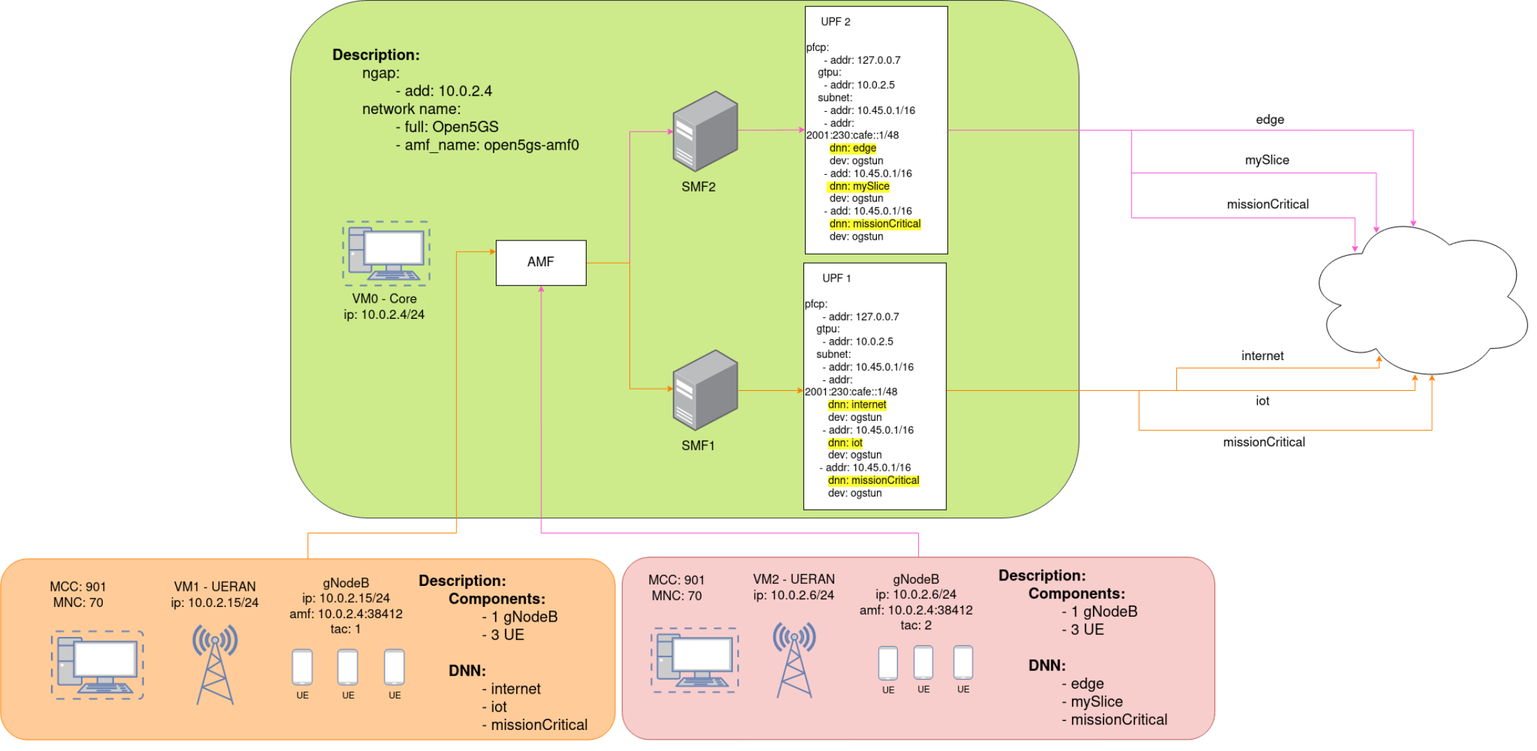
rodrigo740/5G-System keeps this draw.io diagram as Architecture.drawio.png. Above is the earlier version. Source tidied: cells renumbered, new cells last; positions are measured from the earlier drawing's top-left corner, leaving out a move shared by most shapes.
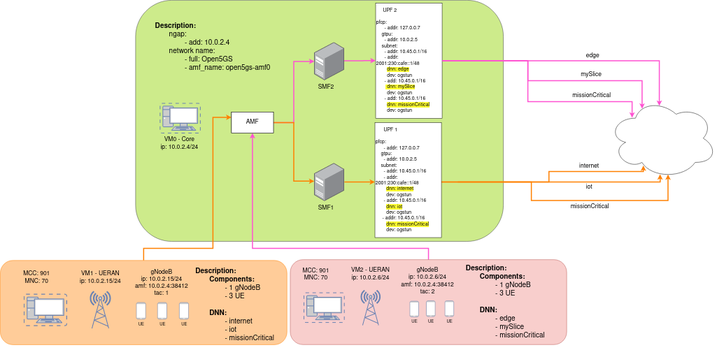
Later version of the same file.

The edit, as a diff of the source:
```diff
@@ -5,7 +5,7 @@
     <mxCell id="2" style="rounded=1;whiteSpace=wrap;html=1;fontSize=14;fillColor=#cdeb8b;strokeColor=#36393d;" parent="1" vertex="1">
       <mxGeometry x="369" width="1051" height="690" as="geometry" />
     </mxCell>
-    <mxCell id="3" style="edgeStyle=orthogonalEdgeStyle;rounded=0;jettySize=auto;html=1;entryX=0;entryY=0.25;entryDx=0;entryDy=0;exitX=1;exitY=0.5;exitDx=0;exitDy=0;strokeColor=#FF8000;" parent="1" edge="1" source="48" target="20">
+    <mxCell id="3" style="edgeStyle=orthogonalEdgeStyle;rounded=0;jettySize=auto;html=1;entryX=0;entryY=0.25;entryDx=0;entryDy=0;exitX=1;exitY=0.5;exitDx=0;exitDy=0;strokeColor=#FF8000;strokeWidth=3;" parent="1" edge="1" source="48" target="20">
       <mxGeometry relative="1" as="geometry">
         <Array as="points">
           <mxPoint x="392" y="710" />
@@ -23,7 +23,7 @@
     <mxCell id="6" value="&lt;font style=&quot;font-size: 20px&quot;&gt;&lt;b&gt;Description:&lt;/b&gt;&lt;/font&gt;&lt;font style=&quot;font-size: 20px&quot;&gt;&lt;br&gt;&lt;/font&gt;&lt;blockquote style=&quot;margin: 0px 0px 0px 40px ; border: medium none ; padding: 0px ; font-size: 20px&quot;&gt;&lt;font style=&quot;font-size: 20px&quot;&gt;&lt;span&gt;ngap:&lt;br&gt;&lt;/span&gt;&lt;span&gt;&lt;span style=&quot;white-space: pre&quot;&gt;&#9;&lt;/span&gt;- add: 10.0.2.4&lt;br&gt;&lt;/span&gt;&lt;span&gt;network name:&lt;br&gt;&lt;/span&gt;&lt;span&gt;&lt;span style=&quot;white-space: pre&quot;&gt;&#9;&lt;/span&gt;- full: Open5GS&lt;br&gt;&lt;/span&gt;&lt;span&gt;&lt;span style=&quot;white-space: pre&quot;&gt;&#9;&lt;/span&gt;- amf_name: open5gs-amf0&lt;/span&gt;&lt;/font&gt;&lt;/blockquote&gt;" style="text;html=1;align=left;verticalAlign=middle;strokeColor=none;fillColor=none;fontSize=14;" parent="1" vertex="1">
       <mxGeometry x="423" y="80" width="340" height="110" as="geometry" />
     </mxCell>
-    <mxCell id="7" style="edgeStyle=orthogonalEdgeStyle;rounded=0;jettySize=auto;html=1;entryX=0.5;entryY=1;entryDx=0;entryDy=0;fontColor=#000000;strokeColor=#FF52D1;exitX=1;exitY=0.5;exitDx=0;exitDy=0;" parent="1" edge="1" source="31" target="20">
+    <mxCell id="7" style="edgeStyle=orthogonalEdgeStyle;rounded=0;jettySize=auto;html=1;entryX=0.5;entryY=1;entryDx=0;entryDy=0;fontColor=#000000;strokeColor=#FF52D1;exitX=1;exitY=0.5;exitDx=0;exitDy=0;strokeWidth=3;" parent="1" edge="1" source="31" target="20">
       <mxGeometry relative="1" as="geometry">
         <Array as="points">
           <mxPoint x="1206" y="710" />
@@ -31,7 +31,7 @@
         </Array>
       </mxGeometry>
     </mxCell>
-    <mxCell id="8" style="edgeStyle=orthogonalEdgeStyle;rounded=0;jettySize=auto;html=1;fontColor=#000000;strokeColor=#FF8000;fillColor=#ffe6cc;entryX=0.323;entryY=0.839;entryDx=0;entryDy=0;entryPerimeter=0;" parent="1" edge="1" source="10" target="21">
+    <mxCell id="8" style="edgeStyle=orthogonalEdgeStyle;rounded=0;jettySize=auto;html=1;fontColor=#000000;strokeColor=#FF8000;fillColor=#ffe6cc;entryX=0.323;entryY=0.839;entryDx=0;entryDy=0;entryPerimeter=0;strokeWidth=3;" parent="1" edge="1" source="10" target="21">
       <mxGeometry relative="1" as="geometry">
         <Array as="points">
           <mxPoint x="1550" y="520" />
@@ -40,7 +40,7 @@
         </Array>
       </mxGeometry>
     </mxCell>
-    <mxCell id="9" style="edgeStyle=orthogonalEdgeStyle;rounded=0;jettySize=auto;html=1;fontColor=#000000;strokeColor=#FF8000;entryX=0.477;entryY=0.948;entryDx=0;entryDy=0;entryPerimeter=0;" parent="1" edge="1" source="10" target="21">
+    <mxCell id="9" style="edgeStyle=orthogonalEdgeStyle;rounded=0;jettySize=auto;html=1;fontColor=#000000;strokeColor=#FF8000;entryX=0.477;entryY=0.948;entryDx=0;entryDy=0;entryPerimeter=0;strokeWidth=3;" parent="1" edge="1" source="10" target="21">
       <mxGeometry relative="1" as="geometry">
         <Array as="points">
           <mxPoint x="1868" y="520" />
@@ -59,14 +59,14 @@
     <mxCell id="13" value="&lt;font style=&quot;font-size: 17px&quot;&gt;SMF1&lt;/font&gt;" style="text;html=1;align=center;verticalAlign=middle;strokeColor=none;fillColor=none;" parent="11" vertex="1">
       <mxGeometry x="4" y="120" width="60" height="20" as="geometry" />
     </mxCell>
-    <mxCell id="14" style="edgeStyle=orthogonalEdgeStyle;rounded=0;jettySize=auto;html=1;fontColor=#000000;strokeColor=#FF52D1;entryX=0.47;entryY=0.096;entryDx=0;entryDy=0;entryPerimeter=0;exitX=1;exitY=0.5;exitDx=0;exitDy=0;" parent="1" edge="1" source="16" target="21">
+    <mxCell id="14" style="edgeStyle=orthogonalEdgeStyle;rounded=0;jettySize=auto;html=1;fontColor=#000000;strokeColor=#FF52D1;entryX=0.47;entryY=0.096;entryDx=0;entryDy=0;entryPerimeter=0;exitX=1;exitY=0.5;exitDx=0;exitDy=0;strokeWidth=3;" parent="1" edge="1" source="16" target="21">
       <mxGeometry relative="1" as="geometry">
         <Array as="points">
           <mxPoint x="1866" y="173" />
         </Array>
       </mxGeometry>
     </mxCell>
-    <mxCell id="15" style="edgeStyle=orthogonalEdgeStyle;rounded=0;jettySize=auto;html=1;fontColor=#000000;strokeColor=#FF52D1;entryX=0.311;entryY=0.132;entryDx=0;entryDy=0;entryPerimeter=0;exitX=1;exitY=0.5;exitDx=0;exitDy=0;" parent="1" edge="1" source="16" target="21">
+    <mxCell id="15" style="edgeStyle=orthogonalEdgeStyle;rounded=0;jettySize=auto;html=1;fontColor=#000000;strokeColor=#FF52D1;entryX=0.311;entryY=0.132;entryDx=0;entryDy=0;entryPerimeter=0;exitX=1;exitY=0.5;exitDx=0;exitDy=0;strokeWidth=3;" parent="1" edge="1" source="16" target="21">
       <mxGeometry relative="1" as="geometry">
         <Array as="points">
           <mxPoint x="1490" y="173" />
@@ -75,10 +75,10 @@
         </Array>
       </mxGeometry>
     </mxCell>
-    <mxCell id="16" value="&lt;font style=&quot;font-size: 14px&quot;&gt;&lt;span&gt;&#9;&lt;/span&gt;&lt;span&gt;&#9;&lt;/span&gt;&amp;nbsp; &amp;nbsp; &amp;nbsp;UPF 2&lt;br&gt;&lt;br&gt;&lt;/font&gt;&lt;div style=&quot;font-size: 14px&quot;&gt;&lt;div&gt;&lt;font style=&quot;font-size: 14px&quot;&gt;pfcp:&lt;/font&gt;&lt;/div&gt;&lt;div&gt;&lt;font style=&quot;font-size: 14px&quot;&gt;&amp;nbsp; &amp;nbsp; &amp;nbsp; - addr: 127.0.0.7&lt;/font&gt;&lt;/div&gt;&lt;div&gt;&lt;font style=&quot;font-size: 14px&quot;&gt;&amp;nbsp; &amp;nbsp; gtpu:&lt;/font&gt;&lt;/div&gt;&lt;div&gt;&lt;font style=&quot;font-size: 14px&quot;&gt;&amp;nbsp; &amp;nbsp; &amp;nbsp; - addr: 10.0.2.5&lt;/font&gt;&lt;/div&gt;&lt;div&gt;&lt;font style=&quot;font-size: 14px&quot;&gt;&amp;nbsp; &amp;nbsp; subnet:&lt;/font&gt;&lt;/div&gt;&lt;div&gt;&lt;font style=&quot;font-size: 14px&quot;&gt;&amp;nbsp; &amp;nbsp; &amp;nbsp; - addr: 10.45.0.1/16&lt;/font&gt;&lt;/div&gt;&lt;div&gt;&lt;font style=&quot;font-size: 14px&quot;&gt;&amp;nbsp; &amp;nbsp; &amp;nbsp; - addr: 2001:230:cafe::1/48&lt;/font&gt;&lt;/div&gt;&lt;div&gt;&lt;font style=&quot;font-size: 14px&quot;&gt;&amp;nbsp; &amp;nbsp; &amp;nbsp; &amp;nbsp; &lt;span style=&quot;background-color: rgb(255 , 255 , 51)&quot;&gt;dnn: edge&lt;/span&gt;&lt;/font&gt;&lt;/div&gt;&lt;div&gt;&lt;font style=&quot;font-size: 14px&quot;&gt;&amp;nbsp; &amp;nbsp; &amp;nbsp; &amp;nbsp; dev: ogstun&lt;/font&gt;&lt;/div&gt;&lt;div&gt;&lt;font style=&quot;font-size: 14px&quot;&gt;&amp;nbsp; &amp;nbsp; &amp;nbsp; - add: 10.45.0.1/16&lt;/font&gt;&lt;/div&gt;&lt;div&gt;&lt;font style=&quot;font-size: 14px&quot;&gt;&amp;nbsp; &amp;nbsp; &amp;nbsp; &amp;nbsp;&lt;span style=&quot;background-color: rgb(255 , 255 , 51)&quot;&gt; dnn: mySlice&lt;/span&gt;&lt;/font&gt;&lt;/div&gt;&lt;div&gt;&lt;font style=&quot;font-size: 14px&quot;&gt;&amp;nbsp; &amp;nbsp; &amp;nbsp; &amp;nbsp; dev: ogstun&lt;/font&gt;&lt;/div&gt;&lt;div&gt;&lt;font style=&quot;font-size: 14px&quot;&gt;&amp;nbsp;&amp;nbsp;&amp;nbsp;&amp;nbsp;&amp;nbsp; - add: 10.45.0.1/16&lt;/font&gt;&lt;/div&gt;&lt;div&gt;&lt;font style=&quot;font-size: 14px&quot;&gt;&lt;span style=&quot;white-space: pre&quot;&gt;&#9;&lt;/span&gt;&lt;span&gt;&lt;/span&gt;&lt;span style=&quot;background-color: rgb(255 , 255 , 51)&quot;&gt;dnn: missionCritical&lt;/span&gt;&lt;/font&gt;&lt;/div&gt;&lt;div&gt;&lt;font style=&quot;font-size: 14px&quot;&gt;&lt;span style=&quot;white-space: pre&quot;&gt;&#9;&lt;/span&gt;dev: ogstun&lt;br&gt;&lt;/font&gt;&lt;/div&gt;&lt;/div&gt;" style="rounded=0;whiteSpace=wrap;html=1;align=left;" parent="1" vertex="1">
+    <mxCell id="16" value="&lt;font style=&quot;font-size: 14px&quot;&gt;&lt;span&gt;&#9;&lt;/span&gt;&lt;span&gt;&#9;&lt;/span&gt;&amp;nbsp; &amp;nbsp; &amp;nbsp;UPF 2&lt;br&gt;&lt;br&gt;&lt;/font&gt;&lt;div style=&quot;font-size: 14px&quot;&gt;&lt;div&gt;&lt;font style=&quot;font-size: 14px&quot;&gt;pfcp:&lt;/font&gt;&lt;/div&gt;&lt;div&gt;&lt;font style=&quot;font-size: 14px&quot;&gt;&amp;nbsp; &amp;nbsp; &amp;nbsp; - addr: 127.0.0.7&lt;/font&gt;&lt;/div&gt;&lt;div&gt;&lt;font style=&quot;font-size: 14px&quot;&gt;&amp;nbsp; &amp;nbsp; gtpu:&lt;/font&gt;&lt;/div&gt;&lt;div&gt;&lt;font style=&quot;font-size: 14px&quot;&gt;&amp;nbsp; &amp;nbsp; &amp;nbsp; - addr: 10.0.2.5&lt;/font&gt;&lt;/div&gt;&lt;div&gt;&lt;font style=&quot;font-size: 14px&quot;&gt;&amp;nbsp; &amp;nbsp; subnet:&lt;/font&gt;&lt;/div&gt;&lt;div&gt;&lt;font style=&quot;font-size: 14px&quot;&gt;&amp;nbsp; &amp;nbsp; &amp;nbsp; - addr: 10.45.0.1/16&lt;/font&gt;&lt;/div&gt;&lt;div&gt;&lt;font style=&quot;font-size: 14px&quot;&gt;&amp;nbsp; &amp;nbsp; &amp;nbsp; - addr: 2001:230:cafe::1/48&lt;/font&gt;&lt;/div&gt;&lt;div&gt;&lt;font style=&quot;font-size: 14px&quot;&gt;&amp;nbsp; &amp;nbsp; &amp;nbsp; &amp;nbsp; &lt;span style=&quot;background-color: rgb(255 , 255 , 51)&quot;&gt;dnn: edge&lt;/span&gt;&lt;/font&gt;&lt;/div&gt;&lt;div&gt;&lt;font style=&quot;font-size: 14px&quot;&gt;&amp;nbsp; &amp;nbsp; &amp;nbsp; &amp;nbsp; dev: ogstun&lt;/font&gt;&lt;/div&gt;&lt;div&gt;&lt;font style=&quot;font-size: 14px&quot;&gt;&amp;nbsp; &amp;nbsp; &amp;nbsp; - add: 10.45.0.1/16&lt;/font&gt;&lt;/div&gt;&lt;div&gt;&lt;font style=&quot;font-size: 14px&quot;&gt;&amp;nbsp; &amp;nbsp; &amp;nbsp; &amp;nbsp;&lt;span style=&quot;background-color: rgb(255 , 255 , 51)&quot;&gt; dnn: mySlice&lt;/span&gt;&lt;/font&gt;&lt;/div&gt;&lt;div&gt;&lt;font style=&quot;font-size: 14px&quot;&gt;&amp;nbsp; &amp;nbsp; &amp;nbsp; &amp;nbsp; dev: ogstun&lt;/font&gt;&lt;/div&gt;&lt;div&gt;&lt;font style=&quot;font-size: 14px&quot;&gt;&amp;nbsp;&amp;nbsp;&amp;nbsp;&amp;nbsp;&amp;nbsp; - add: 10.45.0.1/16&lt;/font&gt;&lt;/div&gt;&lt;div&gt;&lt;font style=&quot;font-size: 14px&quot;&gt;&lt;span style=&quot;white-space: pre&quot;&gt;&#9;&lt;/span&gt;&lt;span&gt;&lt;/span&gt;&lt;span style=&quot;background-color: rgb(255 , 255 , 51)&quot;&gt;dnn: missionCritical&lt;/span&gt;&lt;/font&gt;&lt;/div&gt;&lt;div&gt;&lt;font style=&quot;font-size: 14px&quot;&gt;&lt;span style=&quot;white-space: pre&quot;&gt;&#9;&lt;/span&gt;dev: ogstun&lt;br&gt;&lt;/font&gt;&lt;/div&gt;&lt;/div&gt;" style="rounded=0;whiteSpace=wrap;html=1;align=left;strokeWidth=1;" parent="1" vertex="1">
       <mxGeometry x="1055" y="8" width="190" height="330" as="geometry" />
     </mxCell>
-    <mxCell id="17" style="edgeStyle=orthogonalEdgeStyle;rounded=0;jettySize=auto;html=1;strokeColor=#FF8000;" parent="1" edge="1" source="12">
+    <mxCell id="17" style="edgeStyle=orthogonalEdgeStyle;rounded=0;jettySize=auto;html=1;strokeColor=#FF8000;strokeWidth=3;" parent="1" edge="1" source="12">
       <mxGeometry relative="1" as="geometry">
         <mxPoint x="1053" y="520" as="targetPoint" />
         <Array as="points">
@@ -86,10 +86,10 @@
         </Array>
       </mxGeometry>
     </mxCell>
-    <mxCell id="18" style="edgeStyle=orthogonalEdgeStyle;rounded=0;jettySize=auto;html=1;entryX=0.012;entryY=0.5;entryDx=0;entryDy=0;entryPerimeter=0;strokeColor=#FF52D1;" parent="1" edge="1" source="20" target="66">
+    <mxCell id="18" style="edgeStyle=orthogonalEdgeStyle;rounded=0;jettySize=auto;html=1;entryX=0.012;entryY=0.5;entryDx=0;entryDy=0;entryPerimeter=0;strokeColor=#FF52D1;strokeWidth=3;" parent="1" edge="1" source="20" target="66">
       <mxGeometry relative="1" as="geometry" />
     </mxCell>
-    <mxCell id="19" style="edgeStyle=orthogonalEdgeStyle;rounded=0;jettySize=auto;html=1;entryX=0.008;entryY=0.479;entryDx=0;entryDy=0;entryPerimeter=0;strokeColor=#FF8000;" parent="1" edge="1" source="20" target="12">
+    <mxCell id="19" style="edgeStyle=orthogonalEdgeStyle;rounded=0;jettySize=auto;html=1;entryX=0.008;entryY=0.479;entryDx=0;entryDy=0;entryPerimeter=0;strokeColor=#FF8000;strokeWidth=3;" parent="1" edge="1" source="20" target="12">
       <mxGeometry relative="1" as="geometry" />
     </mxCell>
     <mxCell id="20" value="&lt;div align=&quot;center&quot;&gt;&lt;font style=&quot;font-size: 17px&quot;&gt;&lt;span style=&quot;background-color: rgb(255 , 255 , 255)&quot;&gt;AMF&lt;/span&gt;&lt;/font&gt;&lt;/div&gt;" style="rounded=0;whiteSpace=wrap;html=1;labelBackgroundColor=#FFFF33;align=center;" parent="1" vertex="1">
@@ -110,7 +110,7 @@
     <mxCell id="25" value="&lt;font style=&quot;font-size: 17px&quot;&gt;mySlice&lt;/font&gt;" style="text;html=1;align=center;verticalAlign=middle;strokeColor=none;fillColor=none;fontColor=#000000;" parent="1" vertex="1">
       <mxGeometry x="1636" y="204" width="70" height="20" as="geometry" />
     </mxCell>
-    <mxCell id="26" style="edgeStyle=orthogonalEdgeStyle;rounded=0;jettySize=auto;html=1;fontColor=#000000;strokeColor=#FF52D1;entryX=0.219;entryY=0.243;entryDx=0;entryDy=0;entryPerimeter=0;exitX=1;exitY=0.5;exitDx=0;exitDy=0;" parent="1" edge="1" source="16" target="21">
+    <mxCell id="26" style="edgeStyle=orthogonalEdgeStyle;rounded=0;jettySize=auto;html=1;fontColor=#000000;strokeColor=#FF52D1;entryX=0.219;entryY=0.243;entryDx=0;entryDy=0;entryPerimeter=0;exitX=1;exitY=0.5;exitDx=0;exitDy=0;strokeWidth=3;" parent="1" edge="1" source="16" target="21">
       <mxGeometry relative="1" as="geometry">
         <Array as="points">
           <mxPoint x="1490" y="173" />
@@ -122,7 +122,7 @@
     <mxCell id="27" value="&lt;font style=&quot;font-size: 17px&quot;&gt;missionCritical&lt;/font&gt;" style="text;html=1;align=center;verticalAlign=middle;strokeColor=none;fillColor=none;" parent="1" vertex="1">
       <mxGeometry x="1607" y="263" width="130" height="20" as="geometry" />
     </mxCell>
-    <mxCell id="28" style="edgeStyle=orthogonalEdgeStyle;rounded=0;jettySize=auto;html=1;fontColor=#000000;strokeColor=#FF8000;entryX=0.55;entryY=0.95;entryDx=0;entryDy=0;entryPerimeter=0;" parent="1" edge="1" target="21">
+    <mxCell id="28" style="edgeStyle=orthogonalEdgeStyle;rounded=0;jettySize=auto;html=1;fontColor=#000000;strokeColor=#FF8000;entryX=0.55;entryY=0.95;entryDx=0;entryDy=0;entryPerimeter=0;strokeWidth=3;" parent="1" edge="1" target="21">
       <mxGeometry relative="1" as="geometry">
         <mxPoint x="1290" y="520" as="sourcePoint" />
         <Array as="points">
@@ -237,7 +237,7 @@
     <mxCell id="63" value="&lt;font style=&quot;font-size: 20px&quot;&gt;&lt;b&gt;&lt;font style=&quot;font-size: 20px&quot;&gt;Descriptio&lt;/font&gt;&lt;font style=&quot;font-size: 20px&quot;&gt;n&lt;/font&gt;&lt;/b&gt;&lt;b&gt;:&lt;/b&gt;&lt;br&gt;&lt;/font&gt;&lt;blockquote style=&quot;margin: 0px 0px 0px 40px ; border: medium none ; padding: 0px ; font-size: 20px&quot;&gt;&lt;font style=&quot;font-size: 20px&quot;&gt;&lt;b&gt;Components:&lt;/b&gt;&lt;br&gt;&lt;span style=&quot;white-space: pre&quot;&gt;&#9;&lt;/span&gt;- 1 gNodeB&lt;br&gt;&lt;span style=&quot;white-space: pre&quot;&gt;&#9;&lt;/span&gt;- 3 UE&lt;br&gt;&lt;br&gt;&lt;/font&gt;&lt;/blockquote&gt;&lt;blockquote style=&quot;margin: 0px 0px 0px 40px ; border: medium none ; padding: 0px ; font-size: 20px&quot;&gt;&lt;font style=&quot;font-size: 20px&quot;&gt;&lt;b&gt;DNN:&lt;/b&gt;&lt;/font&gt;&lt;/blockquote&gt;&lt;blockquote style=&quot;margin: 0px 0px 0px 40px ; border: medium none ; padding: 0px ; font-size: 20px&quot;&gt;&lt;font style=&quot;font-size: 20px&quot;&gt;&lt;span style=&quot;white-space: pre&quot;&gt;&#9;&lt;/span&gt;- internet&lt;br&gt;&lt;/font&gt;&lt;/blockquote&gt;&lt;blockquote style=&quot;margin: 0px 0px 0px 40px ; border: medium none ; padding: 0px ; font-size: 20px&quot;&gt;&lt;font style=&quot;font-size: 20px&quot;&gt;&lt;span style=&quot;white-space: pre&quot;&gt;&#9;&lt;/span&gt;- iot&lt;br&gt;&lt;span style=&quot;white-space: pre&quot;&gt;&#9;&lt;/span&gt;- missionCritical&lt;br&gt;&lt;/font&gt;&lt;/blockquote&gt;" style="text;html=1;strokeColor=none;fillColor=none;align=left;verticalAlign=middle;whiteSpace=wrap;rounded=0;" parent="47" vertex="1">
       <mxGeometry x="538.4" y="49.6" width="229.5" height="145.6" as="geometry" />
     </mxCell>
-    <mxCell id="64" style="edgeStyle=orthogonalEdgeStyle;rounded=0;orthogonalLoop=1;jettySize=auto;html=1;strokeColor=#FF52D1;" parent="1" edge="1">
+    <mxCell id="64" style="edgeStyle=orthogonalEdgeStyle;rounded=0;orthogonalLoop=1;jettySize=auto;html=1;strokeColor=#FF52D1;strokeWidth=3;" parent="1" edge="1">
       <mxGeometry relative="1" as="geometry">
         <mxPoint x="960" y="173" as="sourcePoint" />
         <mxPoint x="1055" y="172.5" as="targetPoint" />
```
